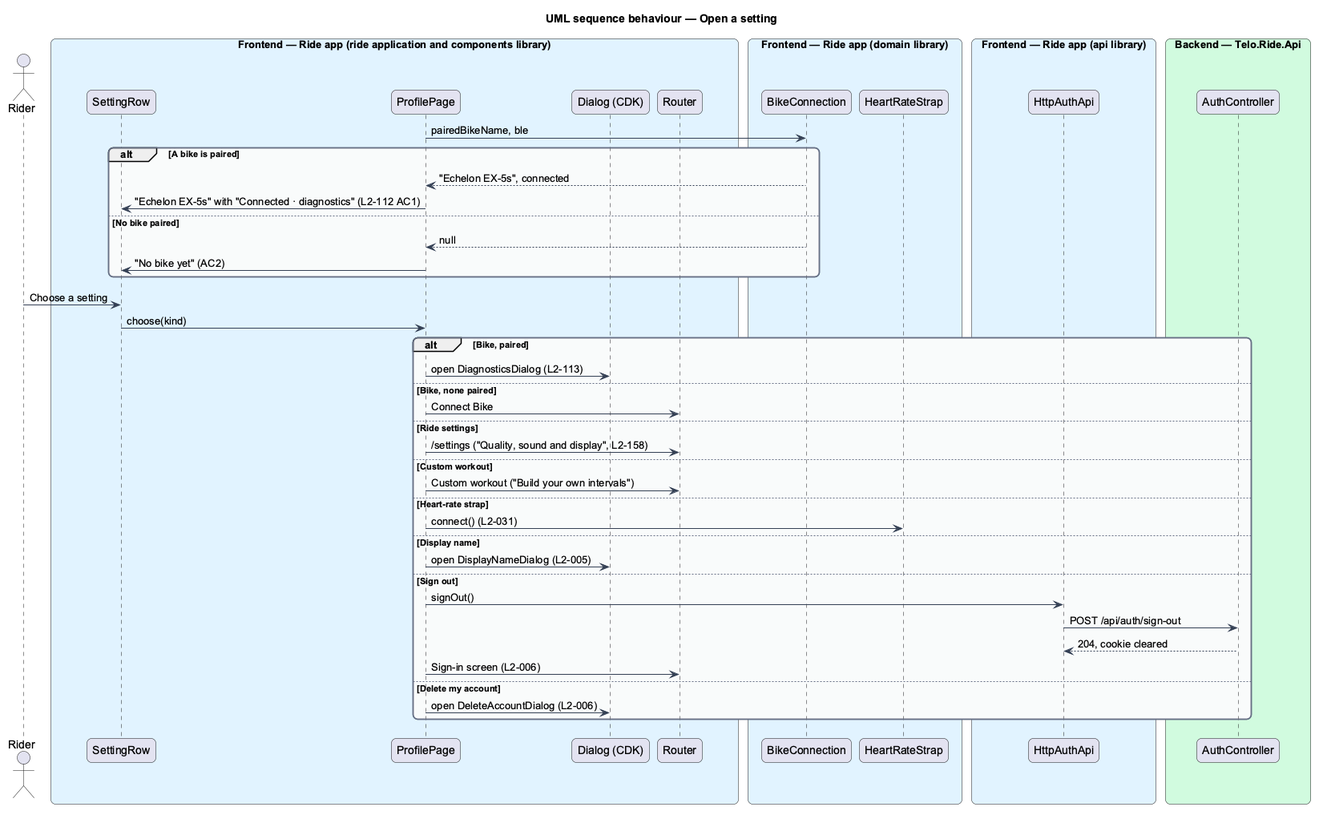
Before: docs/detailed-designs/profile/change-settings/diagrams/sequence-open-a-setting.png, a diagram exported from PlantUML (QuinntyneBrown/ride-one). The source it was exported from:
```plantuml
@startuml
title UML sequence behaviour — Open a setting
skinparam backgroundColor #FFFFFF
skinparam shadowing false
skinparam roundcorner 12
skinparam defaultFontName Arial
skinparam ArrowColor #344054
skinparam rectangle {
  BorderColor #344054
  FontColor #101828
}
skinparam package {
  BorderColor #667085
  FontColor #101828
  BackgroundColor #F9FAFB
}
actor "Rider" as actor
box "Frontend — Ride app (ride application and components library)" #E0F2FE
  participant "SettingRow" as row
  participant "ProfilePage" as page
  participant "Dialog (CDK)" as dialog
  participant "Router" as router
end box
box "Frontend — Ride app (domain library)" #E0F2FE
  participant "BikeConnection" as bike
  participant "HeartRateStrap" as strap
end box
box "Frontend — Ride app (api library)" #E0F2FE
  participant "HttpAuthApi" as auth
end box
box "Backend — Telo.Ride.Api" #D1FADF
  participant "AuthController" as ctrl
end box
page -> bike : pairedBikeName, ble
alt A bike is paired
  bike --> page : "Echelon EX-5s", connected
  page -> row : "Echelon EX-5s" with "Connected · diagnostics" (L2-112 AC1)
else No bike paired
  bike --> page : null
  page -> row : "No bike yet" (AC2)
end
actor -> row : Choose a setting
row -> page : choose(kind)
alt Bike, paired
  page -> dialog : open DiagnosticsDialog (L2-113)
else Bike, none paired
  page -> router : Connect Bike
else Ride settings
  page -> router : /settings ("Quality, sound and display", L2-158)
else Custom workout
  page -> router : Custom workout ("Build your own intervals")
else Heart-rate strap
  page -> strap : connect() (L2-031)
else Display name
  page -> dialog : open DisplayNameDialog (L2-005)
else Sign out
  page -> auth : signOut()
  auth -> ctrl : POST /api/auth/sign-out
  ctrl --> auth : 204, cookie cleared
  page -> router : Sign-in screen (L2-006)
else Delete my account
  page -> dialog : open DeleteAccountDialog (L2-006)
end
@enduml
```
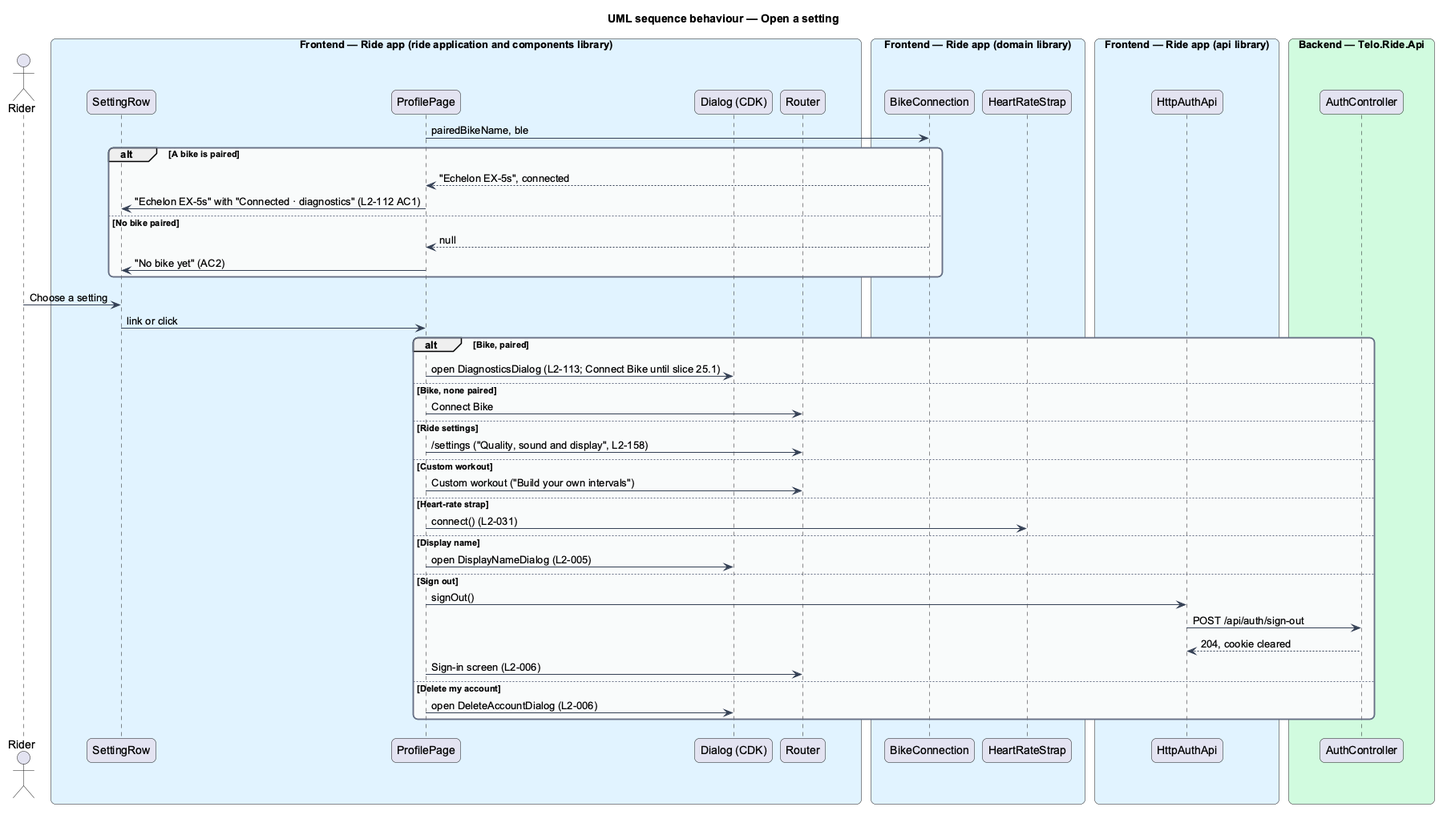
Above is the later version.

Diff of the diagram source:
```diff
@@ -40,9 +40,9 @@
   page -> row : "No bike yet" (AC2)
 end
 actor -> row : Choose a setting
-row -> page : choose(kind)
+row -> page : link or click
 alt Bike, paired
-  page -> dialog : open DiagnosticsDialog (L2-113)
+  page -> dialog : open DiagnosticsDialog (L2-113; Connect Bike until slice 25.1)
 else Bike, none paired
   page -> router : Connect Bike
 else Ride settings
```
